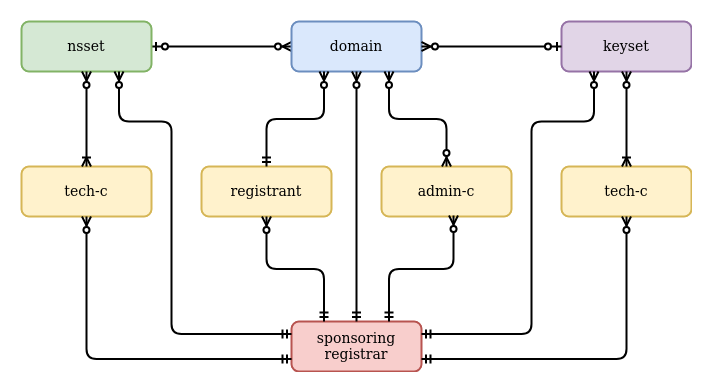
The draw.io diagram doc/fred_registrable_relations.png in CZ-NIC/fred-mod-whoisd, before a commit. Source tidied: cells renumbered, new cells last; positions are measured from the earlier drawing's top-left corner, leaving out a move shared by most shapes.
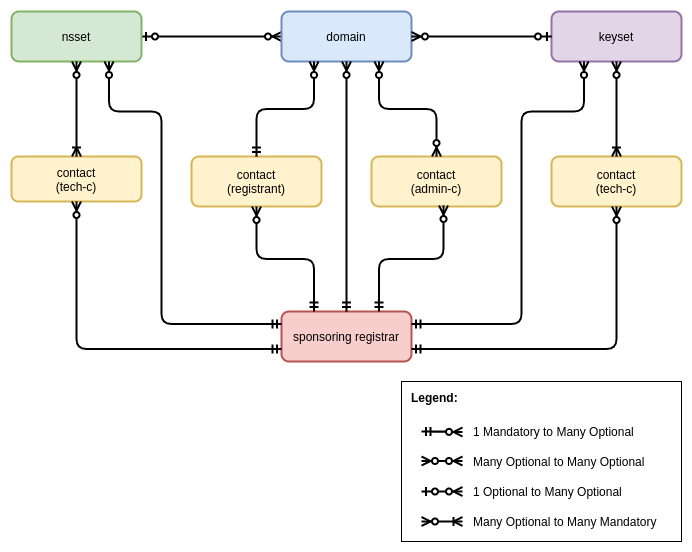
Later version of the same file.

Commit message:
Ticket #22165 - Readme and schema update

The edit, as a diff of the source:
```diff
@@ -17,16 +17,16 @@
     <mxCell id="6" value="nsset" style="rounded=1;whiteSpace=wrap;html=1;strokeWidth=2;fillColor=#d5e8d4;strokeColor=#82b366;" parent="1" vertex="1">
       <mxGeometry width="130" height="50" as="geometry" />
     </mxCell>
-    <mxCell id="7" value="tech-c" style="rounded=1;whiteSpace=wrap;html=1;strokeWidth=2;fillColor=#fff2cc;strokeColor=#d6b656;" parent="1" vertex="1">
-      <mxGeometry y="145" width="130" height="50" as="geometry" />
+    <mxCell id="7" value="contact&lt;br&gt;(tech-c)" style="rounded=1;whiteSpace=wrap;html=1;strokeWidth=2;fillColor=#fff2cc;strokeColor=#d6b656;" parent="1" vertex="1">
+      <mxGeometry y="145" width="130" height="45" as="geometry" />
     </mxCell>
-    <mxCell id="8" value="tech-c" style="rounded=1;whiteSpace=wrap;html=1;strokeWidth=2;fillColor=#fff2cc;strokeColor=#d6b656;" parent="1" vertex="1">
+    <mxCell id="8" value="contact&lt;br&gt;(tech-c)" style="rounded=1;whiteSpace=wrap;html=1;strokeWidth=2;fillColor=#fff2cc;strokeColor=#d6b656;" parent="1" vertex="1">
       <mxGeometry x="540" y="145" width="130" height="50" as="geometry" />
     </mxCell>
-    <mxCell id="9" value="registrant" style="rounded=1;whiteSpace=wrap;html=1;strokeWidth=2;fillColor=#fff2cc;strokeColor=#d6b656;" parent="1" vertex="1">
+    <mxCell id="9" value="contact&lt;br&gt;(registrant)" style="rounded=1;whiteSpace=wrap;html=1;strokeWidth=2;fillColor=#fff2cc;strokeColor=#d6b656;" parent="1" vertex="1">
       <mxGeometry x="180" y="145" width="130" height="50" as="geometry" />
     </mxCell>
-    <mxCell id="10" value="admin-c" style="rounded=1;whiteSpace=wrap;html=1;strokeWidth=2;fillColor=#fff2cc;strokeColor=#d6b656;" parent="1" vertex="1">
+    <mxCell id="10" value="contact&lt;br&gt;(admin-c)" style="rounded=1;whiteSpace=wrap;html=1;strokeWidth=2;fillColor=#fff2cc;strokeColor=#d6b656;" parent="1" vertex="1">
       <mxGeometry x="360" y="145" width="130" height="50" as="geometry" />
     </mxCell>
     <mxCell id="11" style="edgeStyle=orthogonalEdgeStyle;rounded=0;jettySize=auto;html=1;exitX=1;exitY=0.5;exitDx=0;exitDy=0;entryX=0;entryY=0.5;entryDx=0;entryDy=0;strokeWidth=2;endArrow=ERzeroToOne;endFill=1;startArrow=ERzeroToMany;startFill=1;" parent="1" edge="1" source="4" target="5">
@@ -77,5 +77,44 @@
     <mxCell id="22" style="endArrow=ERzeroToMany;startArrow=ERoneToMany;html=1;strokeWidth=2;entryX=0.5;entryY=1;entryDx=0;entryDy=0;edgeStyle=orthogonalEdgeStyle;startFill=0;endFill=1;" parent="1" edge="1" source="7" target="6">
       <mxGeometry relative="1" as="geometry" />
     </mxCell>
+    <mxCell id="23" value="&lt;b&gt;Legend:&amp;nbsp;&lt;/b&gt;" style="html=1;spacingTop=0;verticalAlign=top;align=left;spacingLeft=5;spacing=5;rounded=0;" parent="1" vertex="1">
+      <mxGeometry x="390" y="370" width="280" height="160" as="geometry" />
+    </mxCell>
+    <mxCell id="24" style="edgeStyle=entityRelationEdgeStyle;fontSize=12;html=1;endArrow=ERzeroToMany;startArrow=ERmandOne;rounded=0;strokeWidth=2;" parent="1" edge="1">
+      <mxGeometry relative="1" as="geometry">
+        <mxPoint x="410" y="420" as="sourcePoint" />
+        <mxPoint x="451" y="420.5" as="targetPoint" />
+      </mxGeometry>
+    </mxCell>
+    <mxCell id="25" style="edgeStyle=entityRelationEdgeStyle;fontSize=12;html=1;endArrow=ERzeroToMany;endFill=1;startArrow=ERzeroToMany;rounded=0;strokeWidth=2;" parent="1" edge="1">
+      <mxGeometry relative="1" as="geometry">
+        <mxPoint x="410" y="449.5" as="sourcePoint" />
+        <mxPoint x="451" y="449.5" as="targetPoint" />
+      </mxGeometry>
+    </mxCell>
+    <mxCell id="26" style="edgeStyle=entityRelationEdgeStyle;fontSize=12;html=1;endArrow=ERzeroToMany;startArrow=ERzeroToOne;rounded=0;strokeWidth=2;" parent="1" edge="1">
+      <mxGeometry relative="1" as="geometry">
+        <mxPoint x="410" y="480" as="sourcePoint" />
+        <mxPoint x="451" y="480" as="targetPoint" />
+      </mxGeometry>
+    </mxCell>
+    <mxCell id="27" style="edgeStyle=entityRelationEdgeStyle;fontSize=12;html=1;endArrow=ERoneToMany;startArrow=ERzeroToMany;rounded=0;strokeWidth=2;" parent="1" edge="1">
+      <mxGeometry relative="1" as="geometry">
+        <mxPoint x="410" y="510" as="sourcePoint" />
+        <mxPoint x="451" y="510" as="targetPoint" />
+      </mxGeometry>
+    </mxCell>
+    <mxCell id="28" value="1 Mandatory to Many Optional&amp;nbsp;" style="text;html=1;strokeColor=none;fillColor=none;align=left;verticalAlign=middle;whiteSpace=wrap;rounded=0;" parent="1" vertex="1">
+      <mxGeometry x="460" y="410" width="200" height="20" as="geometry" />
+    </mxCell>
+    <mxCell id="29" value="Many Optional to Many Optional&amp;nbsp;" style="text;html=1;strokeColor=none;fillColor=none;align=left;verticalAlign=middle;whiteSpace=wrap;rounded=0;" parent="1" vertex="1">
+      <mxGeometry x="460" y="440" width="190" height="20" as="geometry" />
+    </mxCell>
+    <mxCell id="30" value="1 Optional to Many Optional&amp;nbsp;" style="text;html=1;strokeColor=none;fillColor=none;align=left;verticalAlign=middle;whiteSpace=wrap;rounded=0;" parent="1" vertex="1">
+      <mxGeometry x="460" y="470" width="180" height="20" as="geometry" />
+    </mxCell>
+    <mxCell id="31" value="Many Optional to Many Mandatory" style="text;html=1;strokeColor=none;fillColor=none;align=left;verticalAlign=middle;whiteSpace=wrap;rounded=0;" parent="1" vertex="1">
+      <mxGeometry x="460" y="500" width="190" height="20" as="geometry" />
+    </mxCell>
   </root>
 </mxGraphModel>
```
